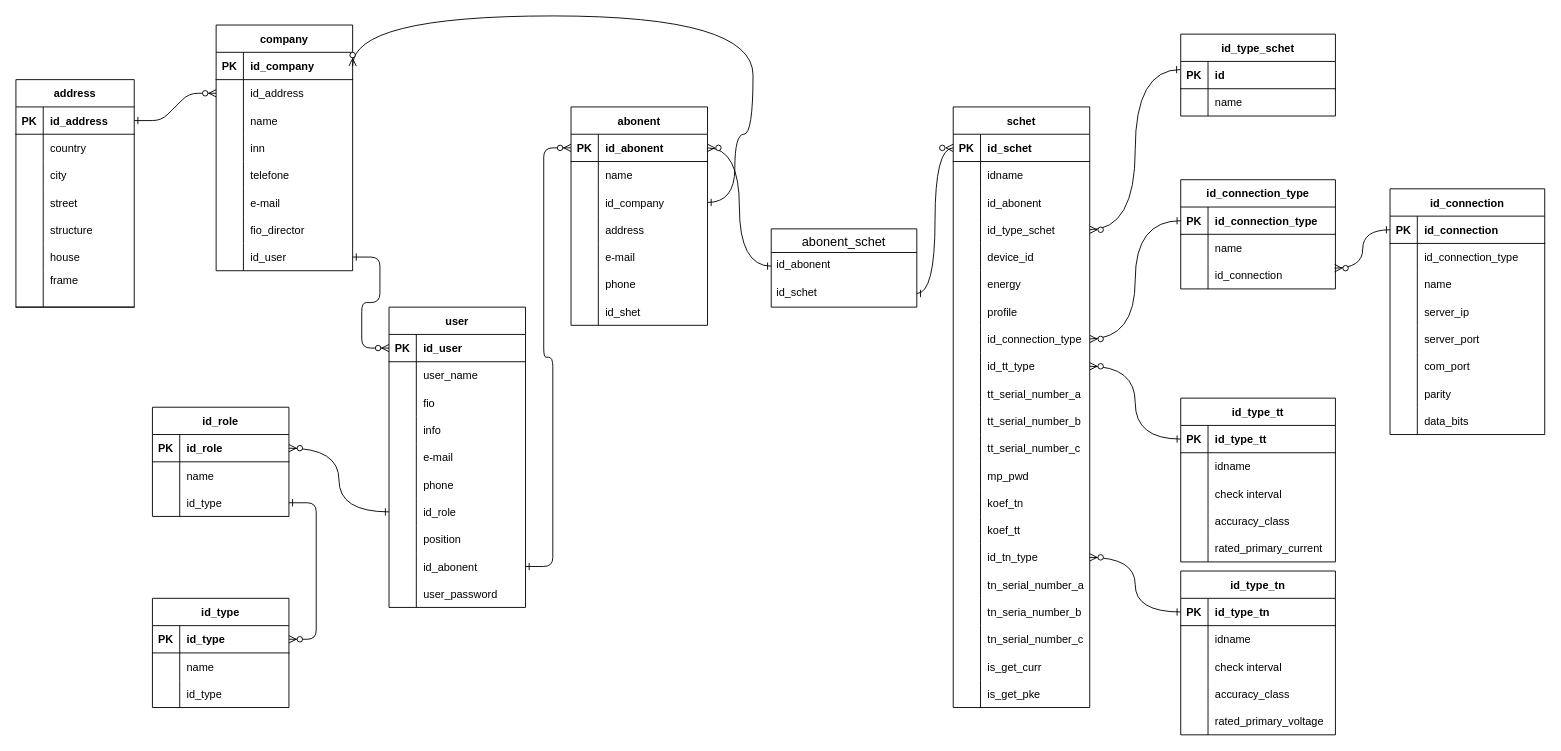
The draw.io diagram Диаграмма без названия.drawio in Leonid-Shashkin/Postgres, before the edit. Source tidied: cells renumbered, new cells numbered last; positions are measured from the earlier drawing's top-left corner, leaving out a move shared by most shapes. Both pictures are drawn from the tidied source at 91%, with x=0, y=0 at pixel (15, 15).
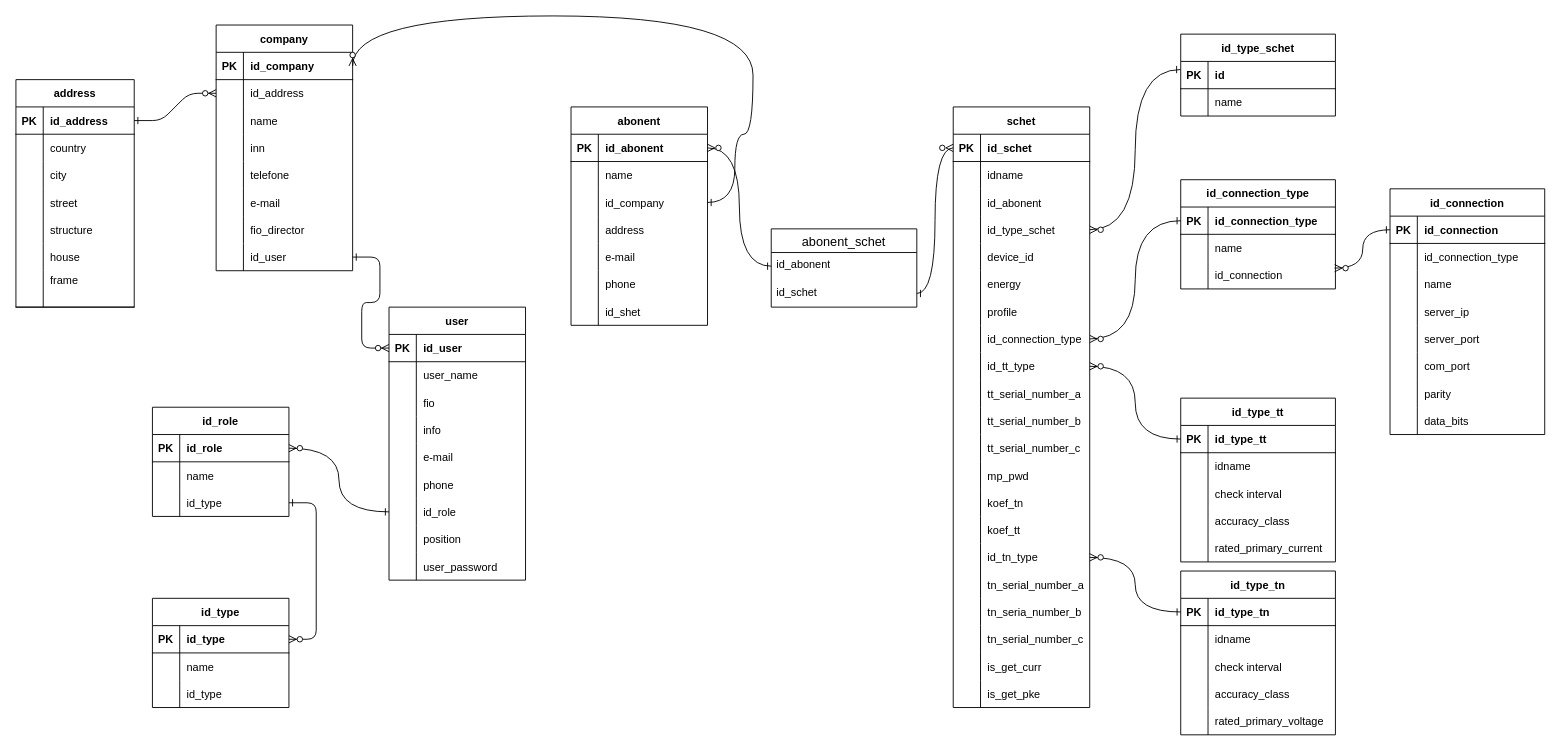
Above is the later version.

Unchanged cells that the change refers to:
```xml
<mxCell id="86" style="shape=partialRectangle;fillColor=none;points=[[0,0.5],[1,0.5]];portConstraint=eastwest;top=0;left=0;right=0;bottom=1;" parent="85" vertex="1">
  <mxGeometry y="30" width="150" height="30" as="geometry" />
</mxCell>
```

Diff of the diagram source:
```diff
@@
     <mxCell id="29" value="user" style="shape=table;startSize=30;childLayout=tableLayout;rowLines=0;fontStyle=1;align=center;" parent="1" vertex="1">
-      <mxGeometry x="410" y="320" width="150" height="330" as="geometry" />
+      <mxGeometry x="410" y="320" width="150" height="300" as="geometry" />
     </mxCell>
@@
-    <mxCell id="54" style="shape=partialRectangle;fillColor=none;points=[[0,0.5],[1,0.5]];portConstraint=eastwest;top=0;left=0;right=0;bottom=0;" parent="29" vertex="1">
-      <mxGeometry y="270" width="150" height="30" as="geometry" />
-    </mxCell>
-    <mxCell id="55" style="shape=partialRectangle;overflow=hidden;fillColor=none;top=0;left=0;bottom=0;right=0;" parent="54" vertex="1">
-      <mxGeometry width="30" height="30" as="geometry" />
-    </mxCell>
-    <mxCell id="56" value="id_abonent" style="shape=partialRectangle;overflow=hidden;fillColor=none;top=0;left=0;bottom=0;right=0;align=left;spacingLeft=6;" parent="54" vertex="1">
-      <mxGeometry x="30" width="120" height="30" as="geometry" />
-    </mxCell>
     <mxCell id="57" style="shape=partialRectangle;fillColor=none;top=0;left=0;right=0;bottom=0;" parent="29" vertex="1">
-      <mxGeometry y="300" width="150" height="30" as="geometry" />
+      <mxGeometry y="270" width="150" height="30" as="geometry" />
     </mxCell>
@@
-    <mxCell id="107" style="edgeStyle=entityRelationEdgeStyle;endArrow=ERzeroToMany;startArrow=ERone;endFill=1;startFill=0;entryX=0;entryY=0.5;entryDx=0;entryDy=0;exitX=1;exitY=0.5;exitDx=0;exitDy=0;" parent="1" edge="1" source="54" target="86">
-      <mxGeometry relative="1" as="geometry" />
-    </mxCell>
```
